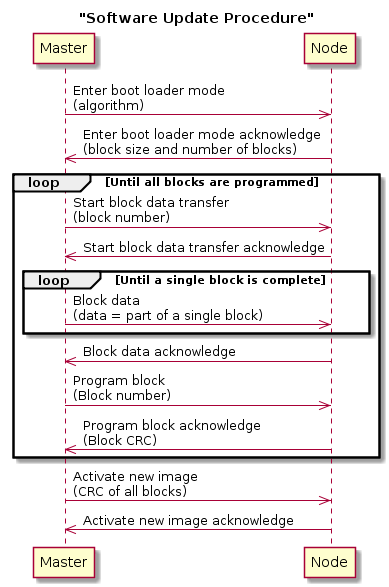
Before: vscp/bootloader/vscp_std_boot_loader_algorithm.png, a diagram exported from PlantUML (BlueAndi/vscp-framework).
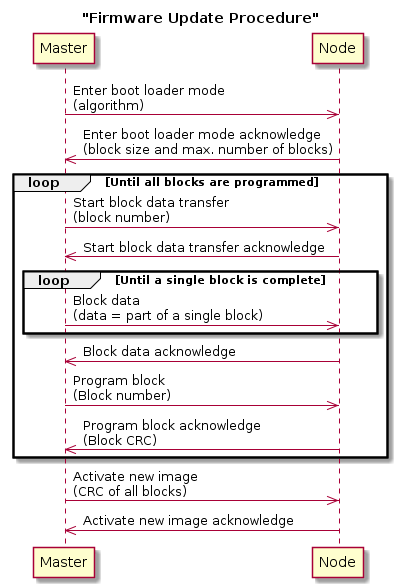
The same diagram one commit later.

Commit message:
Minor changes in the description and the diagram.

Change to the diagram source:
```diff
@@ -1,11 +1,11 @@
 @startuml
-title "Software Update Procedure"
+title "Firmware Update Procedure"
 
 participant Master as master
 participant Node as node
 
 master ->> node: Enter boot loader mode\n(algorithm)
-node ->> master: Enter boot loader mode acknowledge\n(block size and number of blocks)
+node ->> master: Enter boot loader mode acknowledge\n(block size and max. number of blocks)
 
 loop Until all blocks are programmed
     master ->> node: Start block data transfer\n(block number)
```
